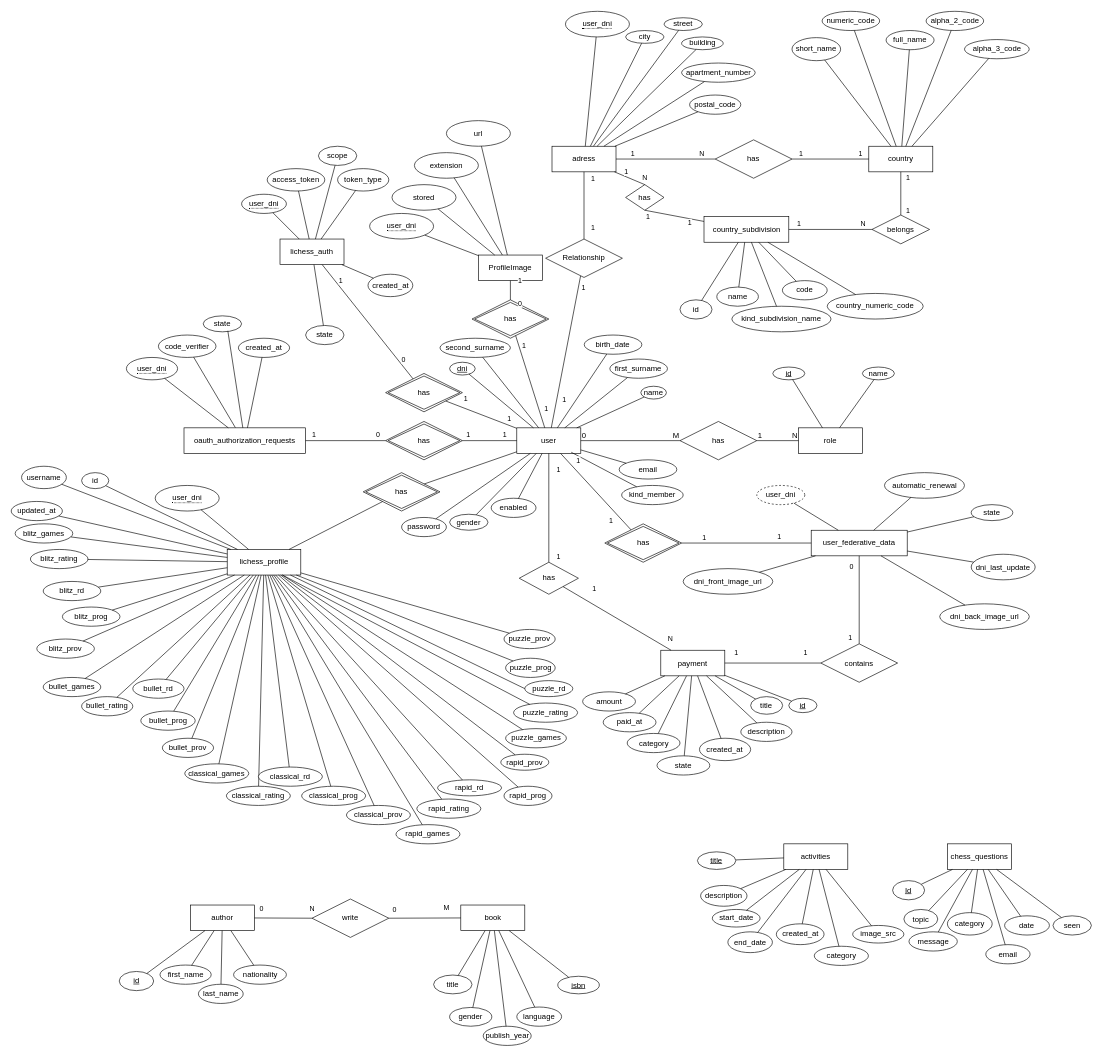
Before: doc/Diagrams/Entity-Relationship/E-R_Conceptual.drawio in kunder93/cxn_back, a draw.io diagram. Source tidied: cells renumbered, new cells numbered last; positions are measured from the earlier drawing's top-left corner, leaving out a move shared by most shapes. Both pictures are drawn from the tidied source at 64%, with x=0, y=0 at pixel (11, 11).
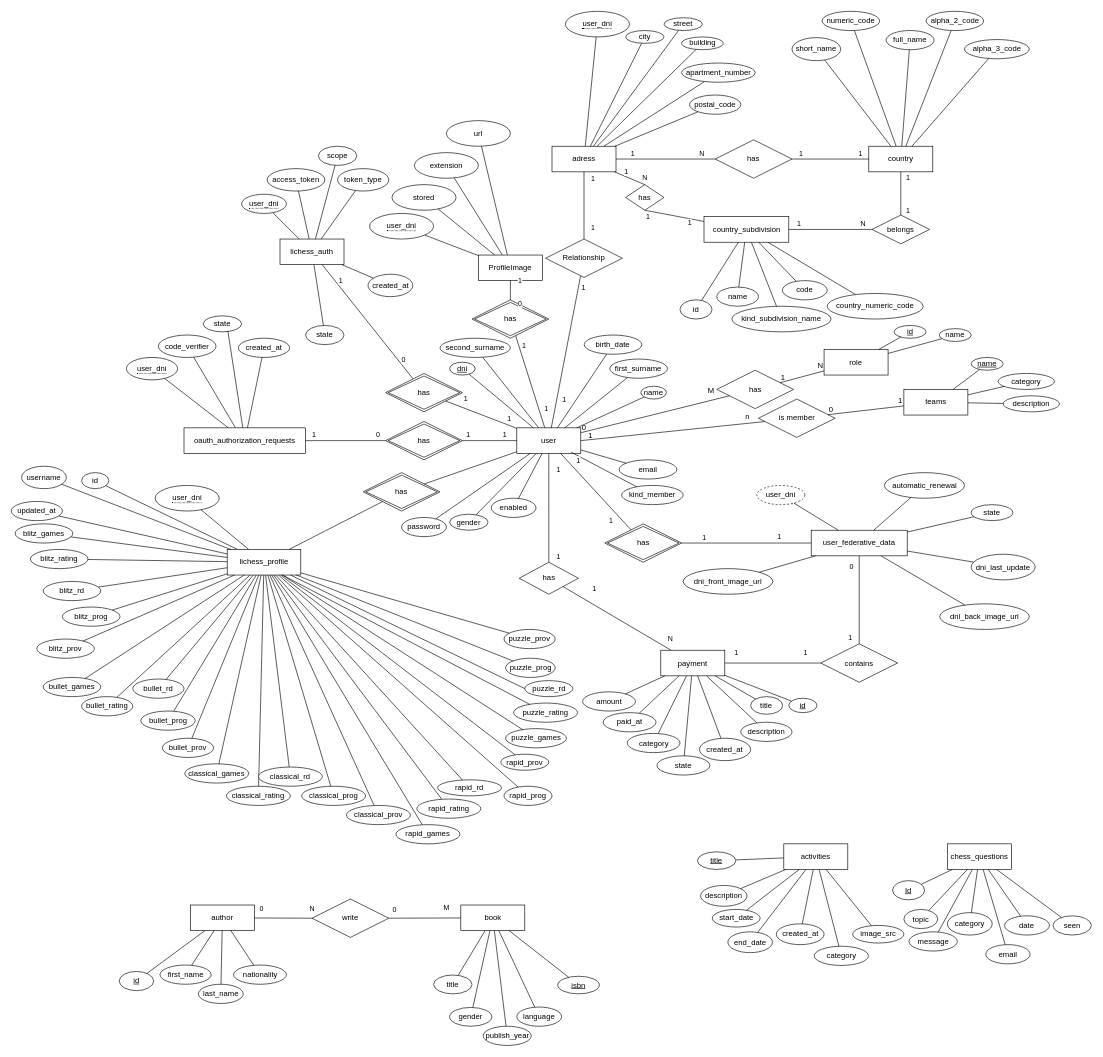
The same page after the edit.

Commit message (it also covers changes not shown here):
docs(teams): UML case use diagram and E-R

Unchanged cells that the change refers to:
```xml
<mxCell id="2" value="user" style="whiteSpace=wrap;html=1;align=center;" parent="1" vertex="1">
  <mxGeometry x="790" y="651" width="100" height="40" as="geometry" />
</mxCell>
<mxCell id="25" style="endArrow=none;html=1;rounded=0;" parent="1" edge="1" source="2" target="19">
  <mxGeometry relative="1" as="geometry" />
</mxCell>
```

Change to the diagram source:
```diff
@@
     <mxCell id="19" value="has" style="shape=rhombus;perimeter=rhombusPerimeter;whiteSpace=wrap;html=1;align=center;" parent="1" vertex="1">
-      <mxGeometry x="1045" y="641" width="120" height="60" as="geometry" />
+      <mxGeometry x="1102.5" y="561" width="120" height="60" as="geometry" />
     </mxCell>
     <mxCell id="20" value="role" style="whiteSpace=wrap;html=1;align=center;" parent="1" vertex="1">
-      <mxGeometry x="1230" y="651" width="100" height="40" as="geometry" />
+      <mxGeometry x="1270.1" y="528.5" width="100" height="40" as="geometry" />
     </mxCell>
     <mxCell id="21" value="id" style="ellipse;whiteSpace=wrap;html=1;align=center;fontStyle=4;" parent="1" vertex="1">
-      <mxGeometry x="1190" y="556" width="50" height="20" as="geometry" />
+      <mxGeometry x="1379.5" y="491" width="50" height="20" as="geometry" />
     </mxCell>
     <mxCell id="22" value="name" style="ellipse;whiteSpace=wrap;html=1;align=center;" parent="1" vertex="1">
-      <mxGeometry x="1330" y="556" width="50" height="20" as="geometry" />
+      <mxGeometry x="1450" y="496" width="50" height="20" as="geometry" />
     </mxCell>
@@
     <mxCell id="27" value="M" style="html=1;whiteSpace=wrap;align=right;verticalAlign=bottom;" parent="25" vertex="1">
-      <mxGeometry x="1" relative="1" as="geometry" />
+      <mxGeometry x="1" relative="1" as="geometry">
+        <mxPoint x="-22" as="offset" />
+      </mxGeometry>
     </mxCell>
@@
+    <mxCell id="319" style="endArrow=none;html=1;rounded=0;exitX=1;exitY=0.5;exitDx=0;exitDy=0;" parent="1" edge="1" source="2" target="322">
+      <mxGeometry relative="1" as="geometry" />
+    </mxCell>
+    <mxCell id="320" value="1" style="html=1;whiteSpace=wrap;align=left;verticalAlign=bottom;" parent="319" vertex="1">
+      <mxGeometry x="-1" relative="1" as="geometry">
+        <mxPoint x="10" as="offset" />
+      </mxGeometry>
+    </mxCell>
+    <mxCell id="321" value="n" style="html=1;whiteSpace=wrap;align=right;verticalAlign=bottom;" parent="319" vertex="1">
+      <mxGeometry x="1" relative="1" as="geometry">
+        <mxPoint x="-22" as="offset" />
+      </mxGeometry>
+    </mxCell>
+    <mxCell id="322" value="is member" style="shape=rhombus;perimeter=rhombusPerimeter;whiteSpace=wrap;html=1;align=center;" parent="1" vertex="1">
+      <mxGeometry x="1167.5" y="606" width="120" height="60" as="geometry" />
+    </mxCell>
+    <mxCell id="323" style="endArrow=none;html=1;rounded=0;" parent="1" edge="1" source="322" target="326">
+      <mxGeometry relative="1" as="geometry" />
+    </mxCell>
+    <mxCell id="324" value="0" style="html=1;whiteSpace=wrap;align=left;verticalAlign=bottom;" parent="323" vertex="1">
+      <mxGeometry x="-1" relative="1" as="geometry" />
+    </mxCell>
+    <mxCell id="325" value="1" style="html=1;whiteSpace=wrap;align=right;verticalAlign=bottom;" parent="323" vertex="1">
+      <mxGeometry x="1" relative="1" as="geometry" />
+    </mxCell>
+    <mxCell id="326" value="teams" style="whiteSpace=wrap;html=1;align=center;" parent="1" vertex="1">
+      <mxGeometry x="1394.8" y="591" width="100" height="40" as="geometry" />
+    </mxCell>
+    <mxCell id="327" value="name" style="ellipse;whiteSpace=wrap;html=1;align=center;fontStyle=4;" parent="1" vertex="1">
+      <mxGeometry x="1500" y="541" width="50" height="20" as="geometry" />
+    </mxCell>
+    <mxCell id="328" value="category" style="ellipse;whiteSpace=wrap;html=1;align=center;" parent="1" vertex="1">
+      <mxGeometry x="1542" y="566" width="88" height="25" as="geometry" />
+    </mxCell>
+    <mxCell id="329" value="description" style="ellipse;whiteSpace=wrap;html=1;align=center;" parent="1" vertex="1">
+      <mxGeometry x="1550" y="601" width="88" height="25" as="geometry" />
+    </mxCell>
+    <mxCell id="330" style="endArrow=none;html=1;rounded=0;" parent="1" edge="1" source="326" target="327">
+      <mxGeometry relative="1" as="geometry" />
+    </mxCell>
+    <mxCell id="331" style="endArrow=none;html=1;rounded=0;" parent="1" edge="1" source="326" target="328">
+      <mxGeometry relative="1" as="geometry" />
+    </mxCell>
+    <mxCell id="332" style="endArrow=none;html=1;rounded=0;" parent="1" edge="1" source="326" target="329">
+      <mxGeometry relative="1" as="geometry" />
+    </mxCell>
```
